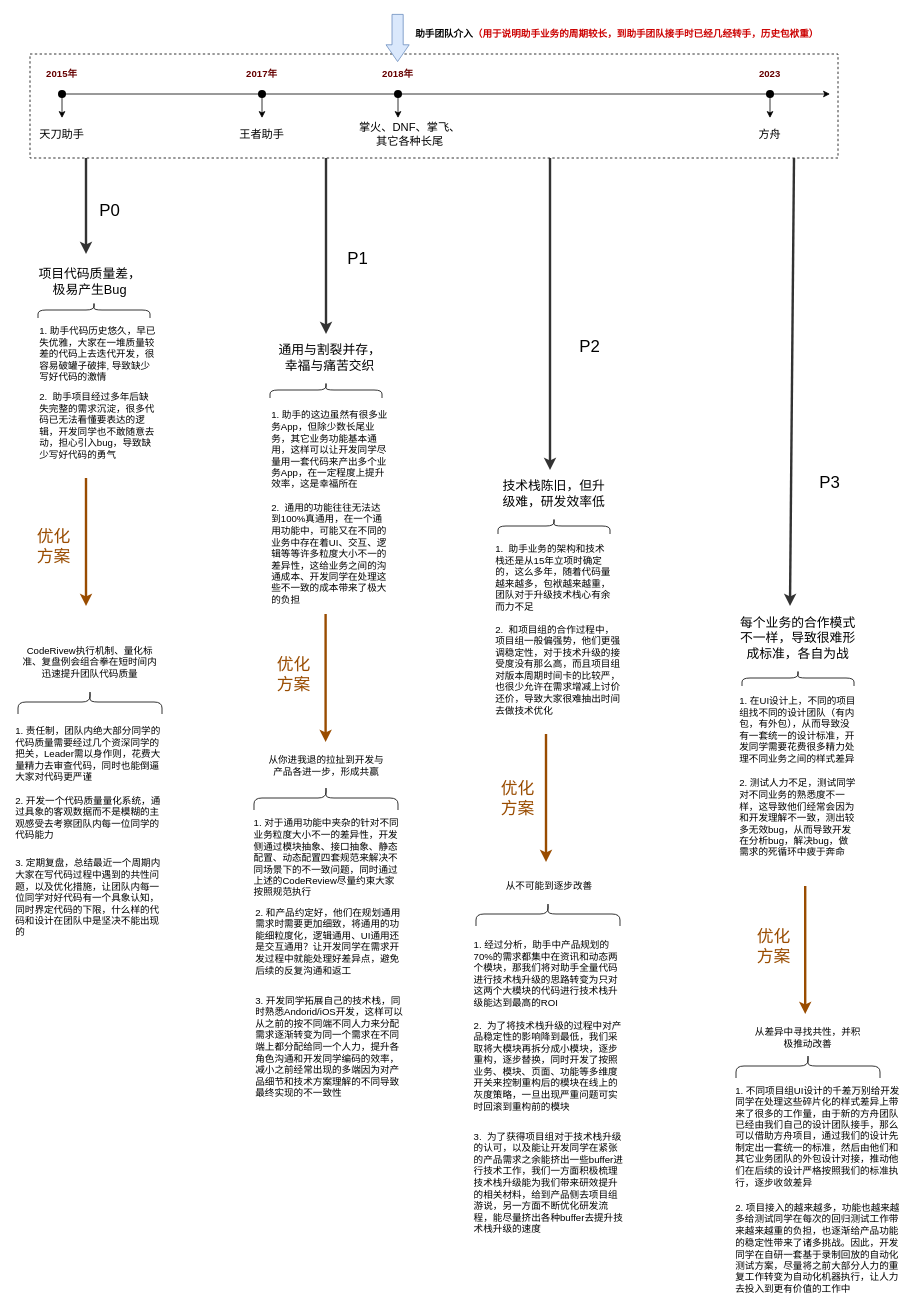
skindhu/9GAG keeps this draw.io diagram as 助手研效.drawio. Above is the earlier version. Source tidied: cells renumbered, new cells numbered last; positions are measured from the earlier drawing's top-left corner, leaving out a move shared by most shapes. Both pictures are drawn from the tidied source at 80%, with x=0, y=0 at pixel (14, 14).
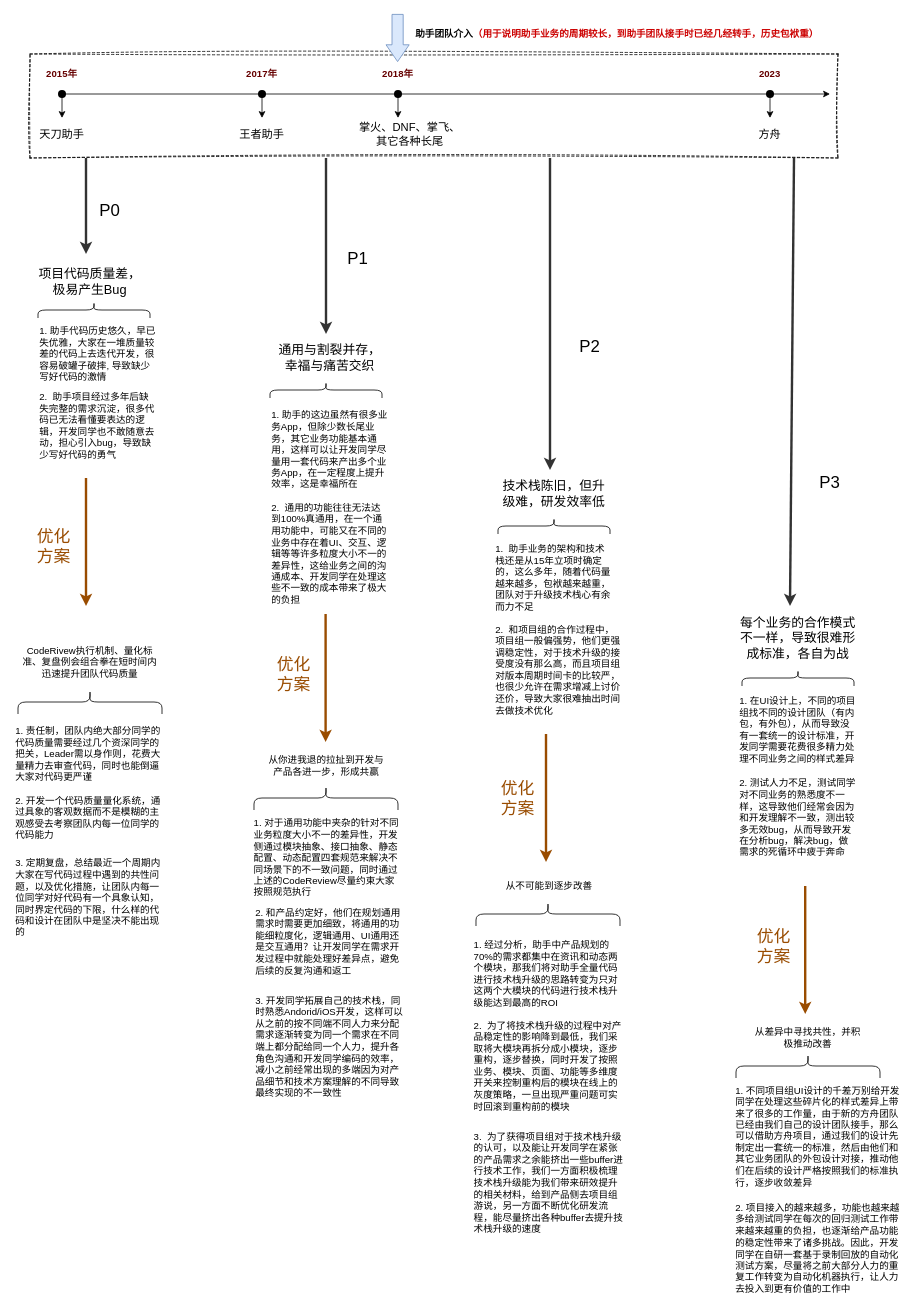
The same page after the edit.

Commit message:
更新助手研效.drawio

Change to the diagram source:
```diff
@@
-    <mxCell id="2" style="rounded=0;whiteSpace=wrap;html=1;dashed=1;" parent="1" vertex="1">
+    <mxCell id="2" style="rounded=0;whiteSpace=wrap;html=1;dashed=1;sketch=1;curveFitting=1;jiggle=2;" parent="1" vertex="1">
       <mxGeometry x="20" y="50" width="1010" height="130" as="geometry" />
     </mxCell>
```
